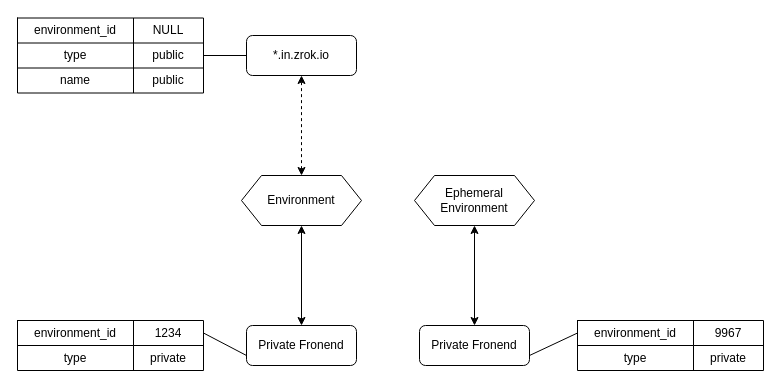
This is docs/images/zrok_frontends_v0.3.drawio from openziti/zrok, a draw.io file, before an edit. Source tidied: cells renumbered, new cells numbered last; positions are measured from the earlier drawing's top-left corner, leaving out a move shared by most shapes. Both pictures are drawn from the tidied source at 100%, with x=0, y=0 at pixel (17, 18).
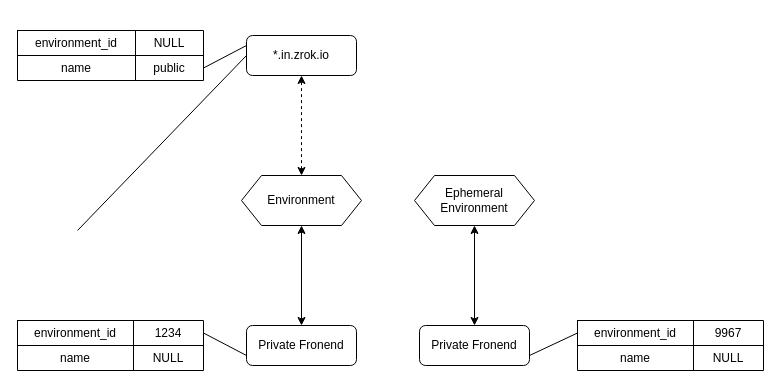
The same diagram, later.

Commit message (it also covers changes not shown here):
frontends diagram update (#20)

Unchanged cells that the change refers to:
```xml
<mxCell id="2" value="*.in.zrok.io" style="rounded=1;whiteSpace=wrap;html=1;" parent="1" vertex="1">
  <mxGeometry x="229" y="17" width="110" height="40" as="geometry" />
</mxCell>
<mxCell id="11" style="shape=tableRow;horizontal=0;startSize=0;swimlaneHead=0;swimlaneBody=0;top=0;left=0;bottom=0;right=0;fillColor=none;" parent="10" vertex="1">
  <mxGeometry width="186" height="25" as="geometry" />
</mxCell>
<mxCell id="25" style="shape=tableRow;horizontal=0;startSize=0;swimlaneHead=0;swimlaneBody=0;top=0;left=0;bottom=0;right=0;fillColor=none;" parent="21" vertex="1">
  <mxGeometry y="25" width="186" height="25" as="geometry" />
</mxCell>
<mxCell id="33" style="shape=tableRow;horizontal=0;startSize=0;swimlaneHead=0;swimlaneBody=0;top=0;left=0;bottom=0;right=0;fillColor=none;" parent="29" vertex="1">
  <mxGeometry y="25" width="186" height="25" as="geometry" />
</mxCell>
```

Diff of the diagram source:
```diff
@@
     <mxCell id="10" style="shape=table;startSize=0;childLayout=tableLayout;" parent="1" vertex="1">
-      <mxGeometry y="-0.5" width="186" height="75" as="geometry" />
+      <mxGeometry y="12" width="186" height="50" as="geometry" />
     </mxCell>
@@
     <mxCell id="12" value="environment_id" style="shape=partialRectangle;html=1;whiteSpace=wrap;overflow=hidden;fillColor=none;top=0;left=0;bottom=0;right=0;align=center;" parent="11" vertex="1">
-      <mxGeometry width="116" height="25" as="geometry" />
+      <mxGeometry width="118" height="25" as="geometry" />
     </mxCell>
     <mxCell id="13" value="NULL" style="shape=partialRectangle;html=1;whiteSpace=wrap;overflow=hidden;fillColor=none;top=0;left=0;bottom=0;right=0;" parent="11" vertex="1">
-      <mxGeometry x="116" width="70" height="25" as="geometry" />
+      <mxGeometry x="118" width="68" height="25" as="geometry" />
     </mxCell>
-    <mxCell id="14" style="shape=tableRow;horizontal=0;startSize=0;swimlaneHead=0;swimlaneBody=0;top=0;left=0;bottom=0;right=0;fillColor=none;points=[[0,0.5],[1,0.5]];portConstraint=eastwest;" parent="10" vertex="1">
-      <mxGeometry y="25" width="186" height="25" as="geometry" />
-    </mxCell>
-    <mxCell id="15" value="type" style="shape=partialRectangle;html=1;whiteSpace=wrap;overflow=hidden;fillColor=none;top=0;left=0;bottom=0;right=0;" parent="14" vertex="1">
-      <mxGeometry width="116" height="25" as="geometry" />
-    </mxCell>
-    <mxCell id="16" value="public" style="shape=partialRectangle;html=1;whiteSpace=wrap;overflow=hidden;fillColor=none;top=0;left=0;bottom=0;right=0;" parent="14" vertex="1">
-      <mxGeometry x="116" width="70" height="25" as="geometry" />
-    </mxCell>
     <mxCell id="17" style="shape=tableRow;horizontal=0;startSize=0;swimlaneHead=0;swimlaneBody=0;top=0;left=0;bottom=0;right=0;fillColor=none;points=[[0,0.5],[1,0.5]];portConstraint=eastwest;" parent="10" vertex="1">
-      <mxGeometry y="50" width="186" height="25" as="geometry" />
+      <mxGeometry y="25" width="186" height="25" as="geometry" />
     </mxCell>
     <mxCell id="18" value="name" style="shape=partialRectangle;html=1;whiteSpace=wrap;overflow=hidden;fillColor=none;top=0;left=0;bottom=0;right=0;" parent="17" vertex="1">
-      <mxGeometry width="116" height="25" as="geometry" />
+      <mxGeometry width="118" height="25" as="geometry" />
     </mxCell>
     <mxCell id="19" value="public" style="shape=partialRectangle;html=1;whiteSpace=wrap;overflow=hidden;fillColor=none;top=0;left=0;bottom=0;right=0;" parent="17" vertex="1">
-      <mxGeometry x="116" width="70" height="25" as="geometry" />
+      <mxGeometry x="118" width="68" height="25" as="geometry" />
     </mxCell>
-    <mxCell id="20" style="endArrow=none;html=1;rounded=0;entryX=0;entryY=0.5;entryDx=0;entryDy=0;exitX=1;exitY=0.5;exitDx=0;exitDy=0;" parent="1" edge="1" source="14" target="2">
-      <mxGeometry relative="1" as="geometry" />
+    <mxCell id="20" style="endArrow=none;html=1;rounded=0;entryX=0;entryY=0.5;entryDx=0;entryDy=0;exitX=1;exitY=0.5;exitDx=0;exitDy=0;" parent="1" edge="1" target="2">
+      <mxGeometry relative="1" as="geometry">
+        <mxPoint x="60" y="212" as="sourcePoint" />
+      </mxGeometry>
     </mxCell>
@@
-    <mxCell id="26" value="type" style="shape=partialRectangle;html=1;whiteSpace=wrap;overflow=hidden;fillColor=none;top=0;left=0;bottom=0;right=0;" parent="25" vertex="1">
+    <mxCell id="26" value="name" style="shape=partialRectangle;html=1;whiteSpace=wrap;overflow=hidden;fillColor=none;top=0;left=0;bottom=0;right=0;" parent="25" vertex="1">
       <mxGeometry width="116" height="25" as="geometry" />
     </mxCell>
-    <mxCell id="27" value="private" style="shape=partialRectangle;html=1;whiteSpace=wrap;overflow=hidden;fillColor=none;top=0;left=0;bottom=0;right=0;" parent="25" vertex="1">
+    <mxCell id="27" value="NULL" style="shape=partialRectangle;html=1;whiteSpace=wrap;overflow=hidden;fillColor=none;top=0;left=0;bottom=0;right=0;" parent="25" vertex="1">
       <mxGeometry x="116" width="70" height="25" as="geometry" />
     </mxCell>
@@
-    <mxCell id="34" value="type" style="shape=partialRectangle;html=1;whiteSpace=wrap;overflow=hidden;fillColor=none;top=0;left=0;bottom=0;right=0;" parent="33" vertex="1">
+    <mxCell id="34" value="name" style="shape=partialRectangle;html=1;whiteSpace=wrap;overflow=hidden;fillColor=none;top=0;left=0;bottom=0;right=0;" parent="33" vertex="1">
       <mxGeometry width="116" height="25" as="geometry" />
     </mxCell>
-    <mxCell id="35" value="private" style="shape=partialRectangle;html=1;whiteSpace=wrap;overflow=hidden;fillColor=none;top=0;left=0;bottom=0;right=0;" parent="33" vertex="1">
+    <mxCell id="35" value="NULL" style="shape=partialRectangle;html=1;whiteSpace=wrap;overflow=hidden;fillColor=none;top=0;left=0;bottom=0;right=0;" parent="33" vertex="1">
       <mxGeometry x="116" width="70" height="25" as="geometry" />
     </mxCell>
@@
+    <mxCell id="37" style="endArrow=none;html=1;rounded=0;entryX=0;entryY=0.25;entryDx=0;entryDy=0;exitX=1;exitY=0.5;exitDx=0;exitDy=0;" parent="1" edge="1" source="17" target="2">
+      <mxGeometry relative="1" as="geometry" />
+    </mxCell>
```
